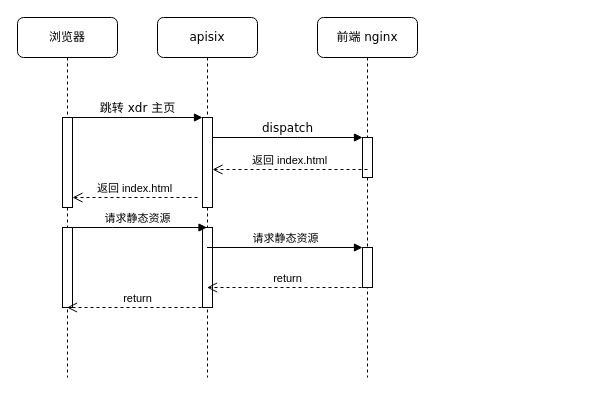
This is sxf-front-end-optimize-publish/saas prod 前端调用链路 - 邮件.drawio from doukangtai/draw.io, a draw.io file, before an edit. Source tidied: cells renumbered, new cells numbered last; positions are measured from the earlier drawing's top-left corner, leaving out a move shared by most shapes. Both pictures are drawn from the tidied source at 100%, with x=0, y=0 at pixel (17, 17).
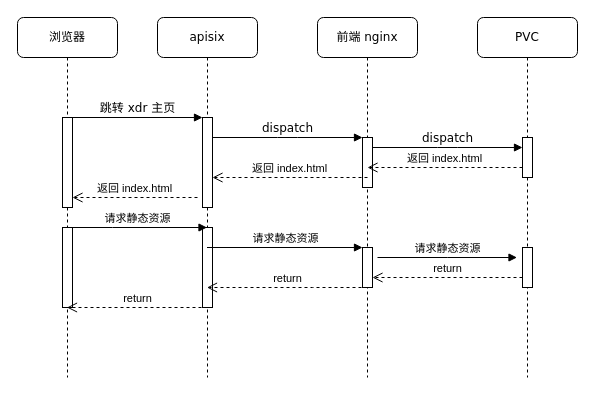
After the change.

Commit message:
更新saas prod 前端调用链路 - 邮件.drawio

Unchanged cells that the change refers to:
```xml
<mxCell id="5" value="前端 nginx" style="shape=umlLifeline;perimeter=lifelinePerimeter;whiteSpace=wrap;html=1;rounded=1;shadow=0;comic=0;labelBackgroundColor=none;strokeWidth=1;fontFamily=Verdana;fontSize=12;align=center;" parent="1" vertex="1">
  <mxGeometry x="300" width="100" height="360" as="geometry" />
</mxCell>
<mxCell id="7" style="html=1;points=[];perimeter=orthogonalPerimeter;outlineConnect=0;targetShapes=umlLifeline;portConstraint=eastwest;newEdgeStyle={&quot;edgeStyle&quot;:&quot;elbowEdgeStyle&quot;,&quot;elbow&quot;:&quot;vertical&quot;,&quot;curved&quot;:0,&quot;rounded&quot;:0};" parent="5" vertex="1">
  <mxGeometry x="45" y="230" width="10" height="40" as="geometry" />
</mxCell>
```

Change to the diagram source:
```diff
@@
     <mxCell id="6" style="html=1;points=[];perimeter=orthogonalPerimeter;rounded=0;shadow=0;comic=0;labelBackgroundColor=none;strokeWidth=1;fontFamily=Verdana;fontSize=12;align=center;" parent="5" vertex="1">
-      <mxGeometry x="45" y="120" width="10" height="40" as="geometry" />
+      <mxGeometry x="45" y="120" width="10" height="50" as="geometry" />
     </mxCell>
@@
     <mxCell id="16" value="返回 index.html" style="html=1;verticalAlign=bottom;endArrow=open;dashed=1;endSize=8;edgeStyle=elbowEdgeStyle;elbow=vertical;curved=0;rounded=0;" parent="1" edge="1">
       <mxGeometry relative="1" as="geometry">
-        <mxPoint x="350" y="152" as="sourcePoint" />
-        <mxPoint x="195" y="152" as="targetPoint" />
+        <mxPoint x="350" y="160" as="sourcePoint" />
+        <mxPoint x="195" y="160" as="targetPoint" />
       </mxGeometry>
     </mxCell>
@@
+    <mxCell id="19" value="PVC" style="shape=umlLifeline;perimeter=lifelinePerimeter;whiteSpace=wrap;html=1;rounded=1;shadow=0;comic=0;labelBackgroundColor=none;strokeWidth=1;fontFamily=Verdana;fontSize=12;align=center;" parent="1" vertex="1">
+      <mxGeometry x="460" width="100" height="360" as="geometry" />
+    </mxCell>
+    <mxCell id="20" style="html=1;perimeter=orthogonalPerimeter;rounded=0;shadow=0;comic=0;labelBackgroundColor=none;strokeWidth=1;fontFamily=Verdana;fontSize=12;align=center;" parent="19" vertex="1">
+      <mxGeometry x="45" y="120" width="10" height="40" as="geometry" />
+    </mxCell>
+    <mxCell id="21" style="html=1;perimeter=orthogonalPerimeter;targetShapes=umlLifeline;newEdgeStyle={&quot;edgeStyle&quot;:&quot;elbowEdgeStyle&quot;,&quot;elbow&quot;:&quot;vertical&quot;,&quot;curved&quot;:0,&quot;rounded&quot;:0};" parent="19" vertex="1">
+      <mxGeometry x="45" y="230" width="10" height="40" as="geometry" />
+    </mxCell>
+    <mxCell id="22" value="dispatch" style="html=1;verticalAlign=bottom;endArrow=block;entryX=0;entryY=0;labelBackgroundColor=none;fontFamily=Verdana;fontSize=12;edgeStyle=elbowEdgeStyle;elbow=vertical;" parent="19" edge="1">
+      <mxGeometry relative="1" as="geometry">
+        <mxPoint x="-105" y="130" as="sourcePoint" />
+        <mxPoint x="45" y="130" as="targetPoint" />
+      </mxGeometry>
+    </mxCell>
+    <mxCell id="23" value="返回 index.html" style="html=1;verticalAlign=bottom;endArrow=open;dashed=1;endSize=8;edgeStyle=elbowEdgeStyle;elbow=vertical;curved=0;rounded=0;" parent="19" edge="1">
+      <mxGeometry relative="1" as="geometry">
+        <mxPoint x="45" y="150" as="sourcePoint" />
+        <mxPoint x="-110" y="150" as="targetPoint" />
+      </mxGeometry>
+    </mxCell>
+    <mxCell id="24" value="return" style="html=1;verticalAlign=bottom;endArrow=open;dashed=1;endSize=8;edgeStyle=elbowEdgeStyle;elbow=vertical;curved=0;rounded=0;" parent="19" edge="1" target="7">
+      <mxGeometry relative="1" as="geometry">
+        <mxPoint x="45" y="260" as="sourcePoint" />
+      </mxGeometry>
+    </mxCell>
+    <mxCell id="25" value="请求静态资源" style="html=1;verticalAlign=bottom;endArrow=block;edgeStyle=elbowEdgeStyle;elbow=vertical;curved=0;rounded=0;" parent="1" edge="1">
+      <mxGeometry relative="1" as="geometry">
+        <mxPoint x="360" y="240" as="sourcePoint" />
+        <mxPoint x="499.5" y="240" as="targetPoint" />
+      </mxGeometry>
+    </mxCell>
```
